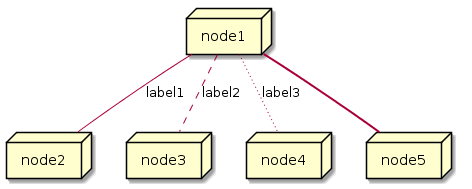
This is images/plantuml-diagram.png from mrduguo/asciidoctor.org, a PlantUML export, as it was before one commit. Source of this version:
```plantuml
@startuml

node node1
node node2
node node3
node node4
node node5
node1 -- node2 : label1
node1 .. node3 : label2
node1 ~~ node4 : label3
node1 == node5


@enduml
```
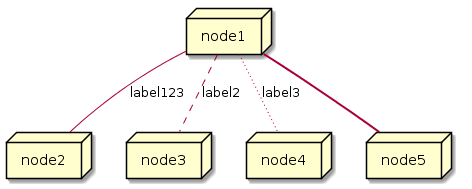
The same diagram one commit later.

Change to the diagram source:
```diff
@@ -5,7 +5,7 @@
 node node3
 node node4
 node node5
-node1 -- node2 : label1
+node1 -- node2 : label123
 node1 .. node3 : label2
 node1 ~~ node4 : label3
 node1 == node5
```
